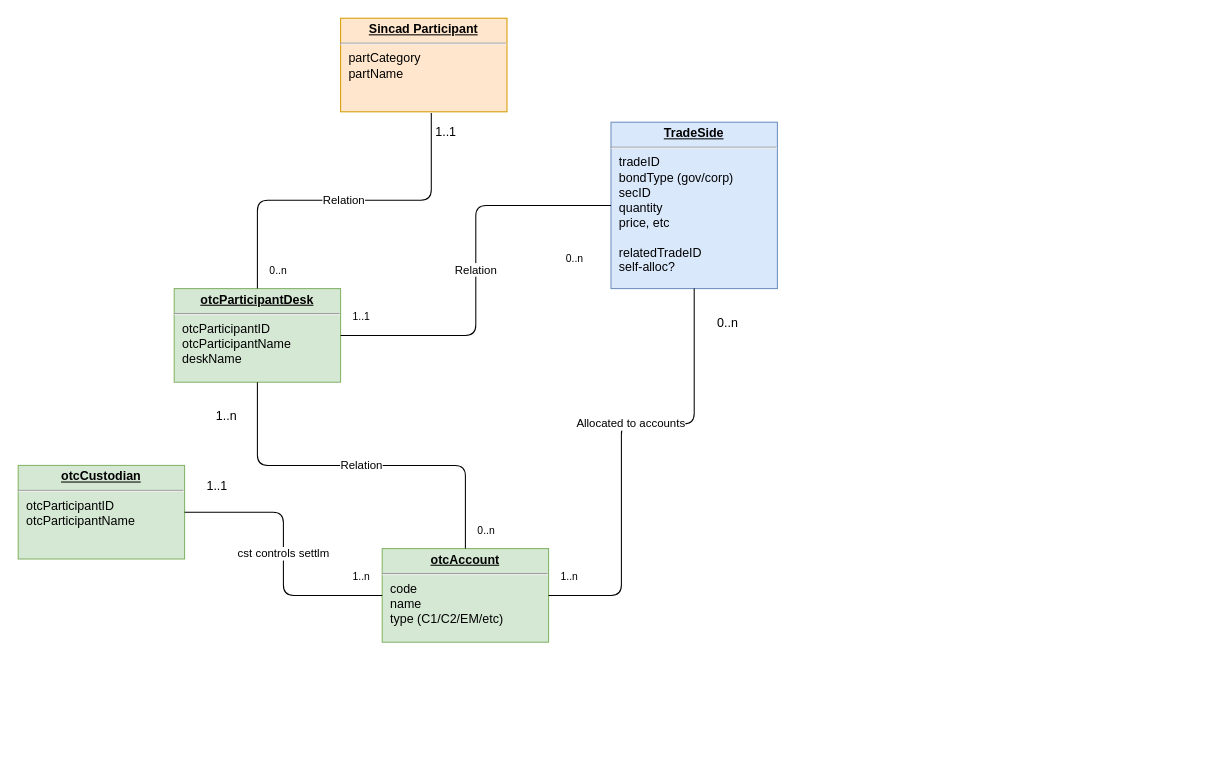
Above: Untitled Diagram.drawio in mbolmstrand/graphql_is_the_bomb (draw.io), before the change. Source tidied: cells renumbered, new cells numbered last; positions are measured from the earlier drawing's top-left corner, leaving out a move shared by most shapes. Both pictures are drawn from the tidied source at 104%, with x=0, y=0 at pixel (18, 18).
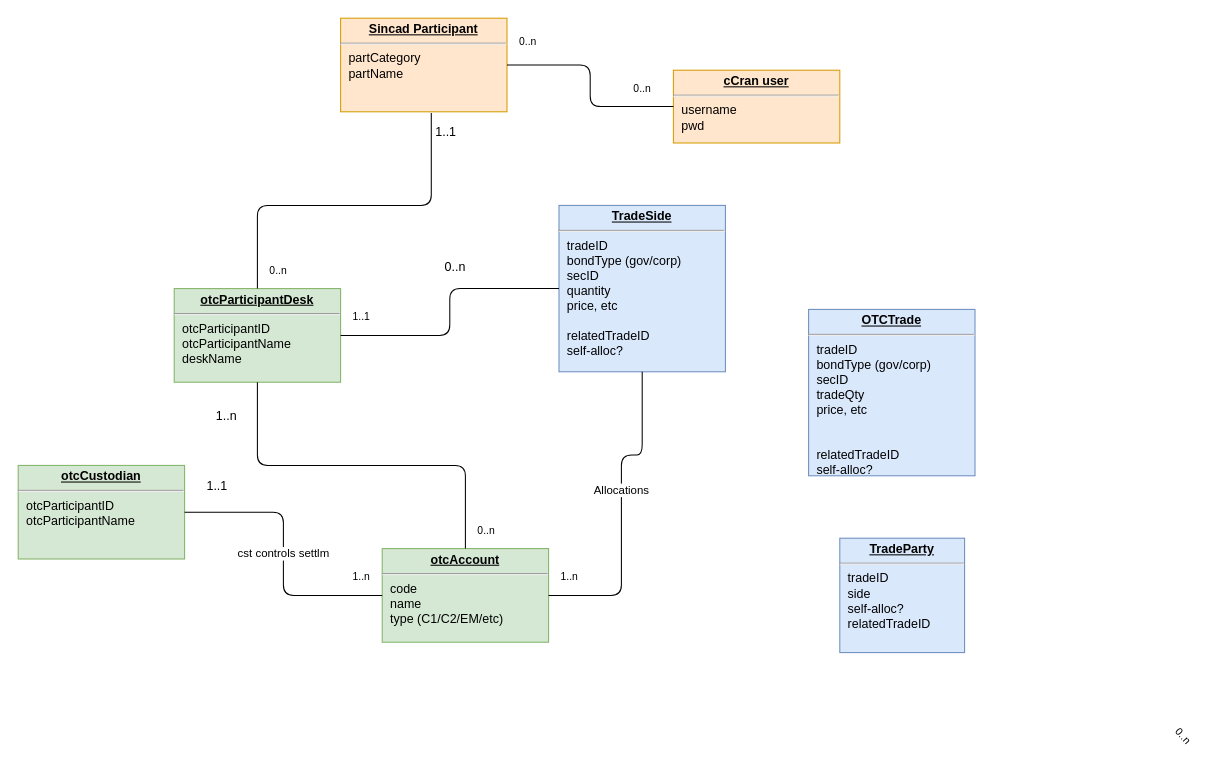
The same page after the edit.

The change refers to these unchanged cells:
```xml
<mxCell id="2" value="&lt;p style=&quot;margin: 0px ; margin-top: 4px ; text-align: center ; text-decoration: underline&quot;&gt;&lt;b&gt;Sincad Participant&lt;/b&gt;&lt;/p&gt;&lt;hr&gt;&lt;p style=&quot;margin: 0px ; margin-left: 8px&quot;&gt;partCategory&lt;br&gt;partName&lt;br&gt;&lt;/p&gt;" style="verticalAlign=top;align=left;overflow=fill;fontSize=12;fontFamily=Helvetica;html=1;fillColor=#ffe6cc;strokeColor=#d79b00;" parent="1" vertex="1">
  <mxGeometry x="310" width="160" height="90" as="geometry" />
</mxCell>
<mxCell id="3" value="&lt;p style=&quot;margin: 0px ; margin-top: 4px ; text-align: center ; text-decoration: underline&quot;&gt;&lt;b&gt;otcParticipantDesk&lt;/b&gt;&lt;/p&gt;&lt;hr&gt;&lt;p style=&quot;margin: 0px ; margin-left: 8px&quot;&gt;otcParticipantID&lt;br&gt;otcParticipantName&lt;br&gt;deskName&lt;/p&gt;" style="verticalAlign=top;align=left;overflow=fill;fontSize=12;fontFamily=Helvetica;html=1;fillColor=#d5e8d4;strokeColor=#82b366;" parent="1" vertex="1">
  <mxGeometry x="150" y="260" width="160" height="90" as="geometry" />
</mxCell>
<mxCell id="4" value="&lt;p style=&quot;margin: 0px ; margin-top: 4px ; text-align: center ; text-decoration: underline&quot;&gt;&lt;b&gt;otcAccount&lt;/b&gt;&lt;/p&gt;&lt;hr&gt;&lt;p style=&quot;margin: 0px ; margin-left: 8px&quot;&gt;code&lt;br&gt;name&lt;/p&gt;&lt;p style=&quot;margin: 0px ; margin-left: 8px&quot;&gt;type (C1/C2/EM/etc)&lt;/p&gt;" style="verticalAlign=top;align=left;overflow=fill;fontSize=12;fontFamily=Helvetica;html=1;fillColor=#d5e8d4;strokeColor=#82b366;" parent="1" vertex="1">
  <mxGeometry x="350" y="510" width="160" height="90" as="geometry" />
</mxCell>
```

Change to the diagram source:
```diff
@@
-    <mxCell id="5" value="Relation" style="endArrow=none;html=1;startArrow=none;startFill=0;edgeStyle=orthogonalEdgeStyle;exitX=0.5;exitY=0;exitDx=0;exitDy=0;endFill=0;" parent="1" edge="1" source="4" target="3">
+    <mxCell id="5" style="endArrow=none;html=1;startArrow=none;startFill=0;edgeStyle=orthogonalEdgeStyle;exitX=0.5;exitY=0;exitDx=0;exitDy=0;endFill=0;" parent="1" edge="1" source="4" target="3">
       <mxGeometry relative="1" as="geometry" />
     </mxCell>
@@
-    <mxCell id="9" value="Relation" style="endArrow=none;html=1;startArrow=none;startFill=0;edgeStyle=orthogonalEdgeStyle;exitX=0.5;exitY=0;exitDx=0;exitDy=0;endFill=0;entryX=0.545;entryY=1.013;entryDx=0;entryDy=0;entryPerimeter=0;" parent="1" edge="1" source="3" target="2">
-      <mxGeometry relative="1" as="geometry" />
+    <mxCell id="9" style="endArrow=none;html=1;startArrow=none;startFill=0;edgeStyle=orthogonalEdgeStyle;exitX=0.5;exitY=0;exitDx=0;exitDy=0;endFill=0;entryX=0.545;entryY=1.013;entryDx=0;entryDy=0;entryPerimeter=0;" parent="1" edge="1" source="3" target="2">
+      <mxGeometry x="-0.29" y="40" relative="1" as="geometry">
+        <Array as="points">
+          <mxPoint x="230" y="180" />
+          <mxPoint x="397" y="180" />
+        </Array>
+      </mxGeometry>
     </mxCell>
@@
     <mxCell id="13" value="&lt;p style=&quot;margin: 0px ; margin-top: 4px ; text-align: center ; text-decoration: underline&quot;&gt;&lt;b&gt;TradeSide&lt;/b&gt;&lt;/p&gt;&lt;hr&gt;&lt;p style=&quot;margin: 0px ; margin-left: 8px&quot;&gt;tradeID&lt;/p&gt;&lt;p style=&quot;margin: 0px ; margin-left: 8px&quot;&gt;bondType (gov/corp)&lt;/p&gt;&lt;p style=&quot;margin: 0px ; margin-left: 8px&quot;&gt;secID&lt;/p&gt;&lt;p style=&quot;margin: 0px ; margin-left: 8px&quot;&gt;quantity&lt;/p&gt;&lt;p style=&quot;margin: 0px ; margin-left: 8px&quot;&gt;price, etc&lt;/p&gt;&lt;p style=&quot;margin: 0px ; margin-left: 8px&quot;&gt;&lt;br&gt;&lt;/p&gt;&lt;p style=&quot;margin: 0px ; margin-left: 8px&quot;&gt;relatedTradeID&lt;/p&gt;&lt;p style=&quot;margin: 0px ; margin-left: 8px&quot;&gt;self-alloc?&lt;/p&gt;&lt;p style=&quot;margin: 0px ; margin-left: 8px&quot;&gt;&lt;br&gt;&lt;/p&gt;" style="verticalAlign=top;align=left;overflow=fill;fontSize=12;fontFamily=Helvetica;html=1;fillColor=#dae8fc;strokeColor=#6c8ebf;" parent="1" vertex="1">
-      <mxGeometry x="570" y="100" width="160" height="160" as="geometry" />
+      <mxGeometry x="520" y="180" width="160" height="160" as="geometry" />
     </mxCell>
-    <mxCell id="14" value="Relation" style="endArrow=none;html=1;startArrow=none;startFill=0;edgeStyle=orthogonalEdgeStyle;exitX=1;exitY=0.5;exitDx=0;exitDy=0;endFill=0;entryX=0;entryY=0.5;entryDx=0;entryDy=0;" parent="1" edge="1" source="3" target="13">
+    <mxCell id="14" style="endArrow=none;html=1;startArrow=none;startFill=0;edgeStyle=orthogonalEdgeStyle;exitX=1;exitY=0.5;exitDx=0;exitDy=0;endFill=0;entryX=0;entryY=0.5;entryDx=0;entryDy=0;" parent="1" edge="1" source="3" target="13">
       <mxGeometry relative="1" as="geometry" />
     </mxCell>
@@
-    <mxCell id="17" value="0..n" style="html=1;align=left;verticalAlign=top;labelBackgroundColor=#ffffff;fontSize=10;" parent="1" vertex="1">
-      <mxGeometry x="180" y="250" as="geometry">
-        <mxPoint x="345" y="-31" as="offset" />
+    <mxCell id="17" value="0..n" style="html=1;align=left;verticalAlign=top;labelBackgroundColor=#ffffff;fontSize=10;rotation=48;" parent="1" vertex="1">
+      <mxGeometry x="530" y="475" as="geometry">
+        <mxPoint x="545.3" y="-307.3" as="offset" />
       </mxGeometry>
     </mxCell>
-    <mxCell id="18" value="Allocated to accounts" style="endArrow=none;html=1;startArrow=none;startFill=0;edgeStyle=orthogonalEdgeStyle;exitX=1;exitY=0.5;exitDx=0;exitDy=0;endFill=0;entryX=0.5;entryY=1;entryDx=0;entryDy=0;" parent="1" edge="1" source="4" target="13">
+    <mxCell id="18" value="Allocations" style="endArrow=none;html=1;startArrow=none;startFill=0;edgeStyle=orthogonalEdgeStyle;exitX=1;exitY=0.5;exitDx=0;exitDy=0;endFill=0;entryX=0.5;entryY=1;entryDx=0;entryDy=0;" parent="1" edge="1" source="4" target="13">
       <mxGeometry x="0.12" relative="1" as="geometry">
         <Array as="points">
           <mxPoint x="580" y="555" />
-          <mxPoint x="580" y="390" />
-          <mxPoint x="650" y="390" />
+          <mxPoint x="580" y="420" />
+          <mxPoint x="600" y="420" />
         </Array>
       </mxGeometry>
     </mxCell>
@@
     <mxCell id="21" value="0..n" style="text;html=1;align=center;verticalAlign=middle;" parent="1" vertex="1">
-      <mxGeometry x="662" y="283" width="40" height="20" as="geometry" />
+      <mxGeometry x="400" y="230" width="40" height="20" as="geometry" />
     </mxCell>
@@
+    <mxCell id="27" value="&lt;p style=&quot;margin: 0px ; margin-top: 4px ; text-align: center ; text-decoration: underline&quot;&gt;&lt;b&gt;cCran user&lt;/b&gt;&lt;/p&gt;&lt;hr&gt;&lt;p style=&quot;margin: 0px ; margin-left: 8px&quot;&gt;username&lt;br&gt;pwd&lt;/p&gt;" style="verticalAlign=top;align=left;overflow=fill;fontSize=12;fontFamily=Helvetica;html=1;fillColor=#ffe6cc;strokeColor=#d79b00;" parent="1" vertex="1">
+      <mxGeometry x="630" y="50" width="160" height="70" as="geometry" />
+    </mxCell>
+    <mxCell id="28" style="endArrow=none;html=1;startArrow=none;startFill=0;edgeStyle=orthogonalEdgeStyle;exitX=0;exitY=0.5;exitDx=0;exitDy=0;endFill=0;" parent="1" edge="1" source="27" target="2">
+      <mxGeometry relative="1" as="geometry" />
+    </mxCell>
+    <mxCell id="29" value="0..n" style="html=1;align=left;verticalAlign=top;labelBackgroundColor=#ffffff;fontSize=10;" parent="28" vertex="1">
+      <mxGeometry x="-1" relative="1" as="geometry">
+        <mxPoint x="-40" y="-30" as="offset" />
+      </mxGeometry>
+    </mxCell>
+    <mxCell id="30" style="html=1;align=right;verticalAlign=top;labelBackgroundColor=#ffffff;fontSize=10;" parent="28" vertex="1">
+      <mxGeometry x="1" relative="1" as="geometry">
+        <mxPoint x="-15.2" y="4.7" as="offset" />
+      </mxGeometry>
+    </mxCell>
+    <mxCell id="31" value="0..n" style="html=1;align=left;verticalAlign=top;labelBackgroundColor=#ffffff;fontSize=10;" parent="1" vertex="1">
+      <mxGeometry x="520" y="40" as="geometry">
+        <mxPoint x="-40" y="-30" as="offset" />
+      </mxGeometry>
+    </mxCell>
+    <mxCell id="32" value="&lt;p style=&quot;margin: 0px ; margin-top: 4px ; text-align: center ; text-decoration: underline&quot;&gt;&lt;b&gt;OTCTrade&lt;/b&gt;&lt;/p&gt;&lt;hr&gt;&lt;p style=&quot;margin: 0px ; margin-left: 8px&quot;&gt;tradeID&lt;/p&gt;&lt;p style=&quot;margin: 0px ; margin-left: 8px&quot;&gt;bondType (gov/corp)&lt;/p&gt;&lt;p style=&quot;margin: 0px ; margin-left: 8px&quot;&gt;secID&lt;/p&gt;&lt;p style=&quot;margin: 0px ; margin-left: 8px&quot;&gt;tradeQty&lt;/p&gt;&lt;p style=&quot;margin: 0px ; margin-left: 8px&quot;&gt;price, etc&lt;/p&gt;&lt;p style=&quot;margin: 0px ; margin-left: 8px&quot;&gt;&lt;br&gt;&lt;/p&gt;&lt;p style=&quot;margin: 0px ; margin-left: 8px&quot;&gt;&lt;br&gt;&lt;/p&gt;&lt;p style=&quot;margin: 0px ; margin-left: 8px&quot;&gt;relatedTradeID&lt;/p&gt;&lt;p style=&quot;margin: 0px ; margin-left: 8px&quot;&gt;self-alloc?&lt;/p&gt;&lt;p style=&quot;margin: 0px ; margin-left: 8px&quot;&gt;&lt;br&gt;&lt;/p&gt;" style="verticalAlign=top;align=left;overflow=fill;fontSize=12;fontFamily=Helvetica;html=1;fillColor=#dae8fc;strokeColor=#6c8ebf;" parent="1" vertex="1">
+      <mxGeometry x="760" y="280" width="160" height="160" as="geometry" />
+    </mxCell>
+    <mxCell id="33" value="&lt;p style=&quot;margin: 0px ; margin-top: 4px ; text-align: center ; text-decoration: underline&quot;&gt;&lt;b&gt;TradeParty&lt;/b&gt;&lt;/p&gt;&lt;hr&gt;&lt;p style=&quot;margin: 0px ; margin-left: 8px&quot;&gt;tradeID&lt;/p&gt;&lt;p style=&quot;margin: 0px ; margin-left: 8px&quot;&gt;side&lt;/p&gt;&lt;p style=&quot;margin: 0px ; margin-left: 8px&quot;&gt;self-alloc?&lt;/p&gt;&lt;p style=&quot;margin: 0px ; margin-left: 8px&quot;&gt;relatedTradeID&lt;/p&gt;&lt;p style=&quot;margin: 0px ; margin-left: 8px&quot;&gt;&lt;/p&gt;" style="verticalAlign=top;align=left;overflow=fill;fontSize=12;fontFamily=Helvetica;html=1;fillColor=#dae8fc;strokeColor=#6c8ebf;" parent="1" vertex="1">
+      <mxGeometry x="790" y="500" width="120" height="110" as="geometry" />
+    </mxCell>
```
